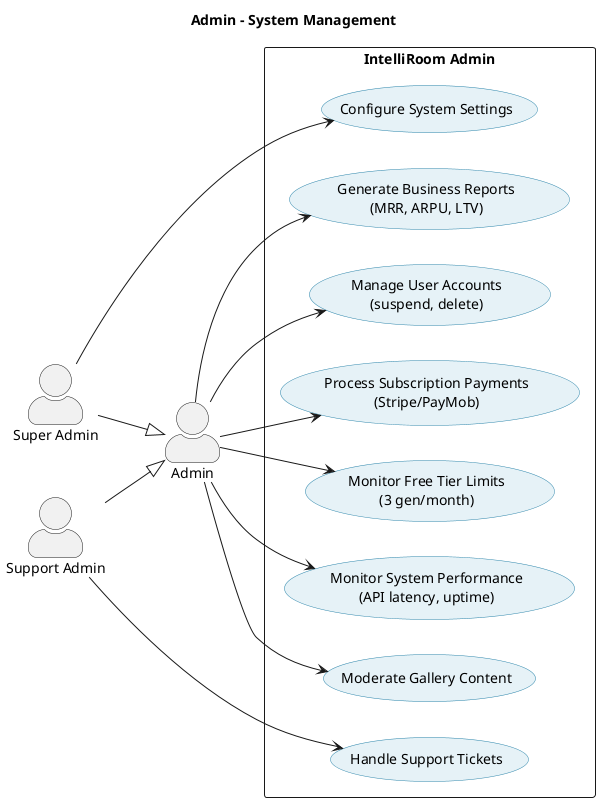
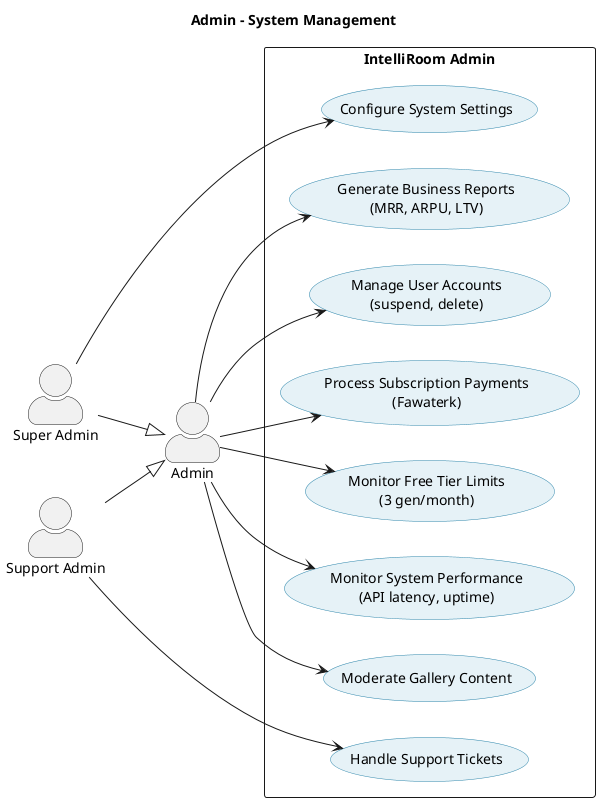
@startuml
title Admin - System Management

left to right direction
skinparam actorStyle awesome
skinparam usecase {
  BackgroundColor #E6F2F7
  BorderColor #2E86AB
}

actor "Admin" as Admin
actor "Super Admin" as SuperAdmin
actor "Support Admin" as Support

SuperAdmin --|> Admin
Support --|> Admin

rectangle "IntelliRoom Admin" {
  usecase "Manage User Accounts\n(suspend, delete)" as UC1
-   usecase "Process Subscription Payments\n(Stripe/PayMob)" as UC2
+   usecase "Process Subscription Payments\n(Fawaterk)" as UC2
  usecase "Monitor Free Tier Limits\n(3 gen/month)" as UC3
  usecase "Handle Support Tickets" as UC4
  usecase "Monitor System Performance\n(API latency, uptime)" as UC5
  usecase "Moderate Gallery Content" as UC6
  usecase "Generate Business Reports\n(MRR, ARPU, LTV)" as UC7
  usecase "Configure System Settings" as UC8
}

Support --> UC4

Admin --> UC1
Admin --> UC2
Admin --> UC3
Admin --> UC5
Admin --> UC6
Admin --> UC7

SuperAdmin --> UC8

@enduml
